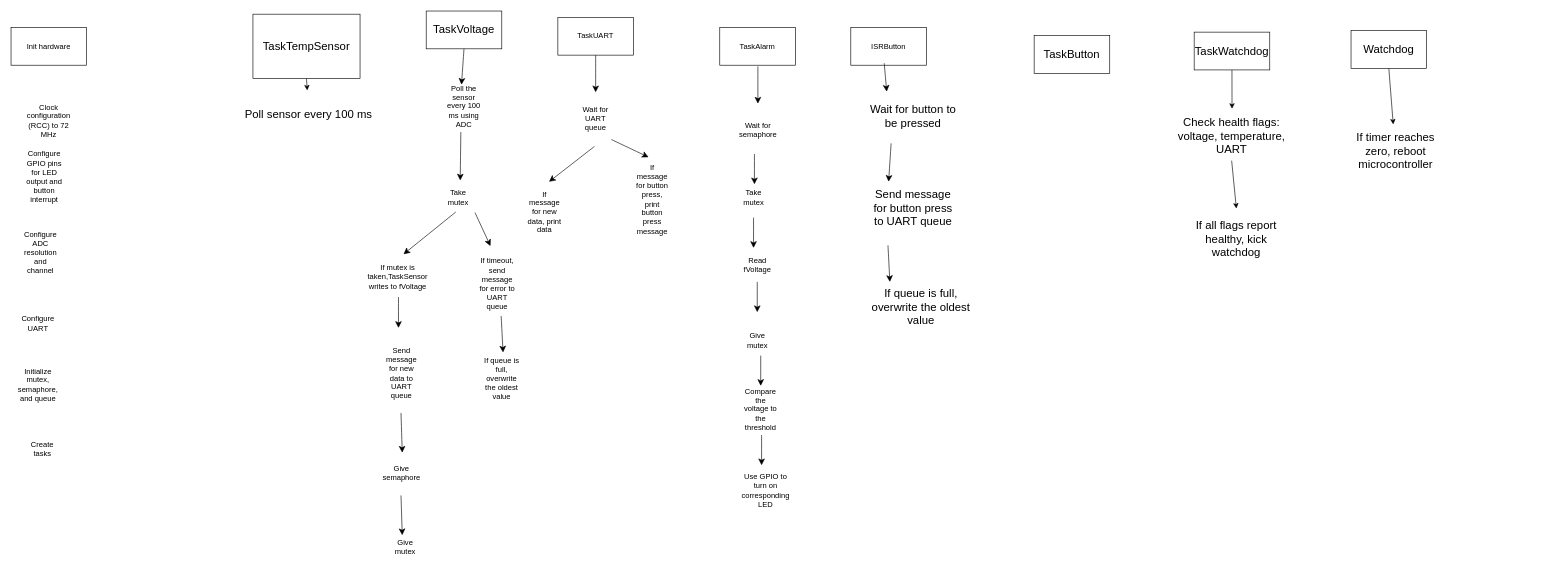
erinjhu/battery-monitor keeps this draw.io diagram as page "Tasks" (1 of 2) of architecture/battery-monitor-v3.drawio. Above is the earlier version. Source tidied: cells renumbered, new cells numbered last; positions are measured from the earlier drawing's top-left corner, leaving out a move shared by most shapes. Both pictures are drawn from the tidied source at 63%, with x=0, y=0 at pixel (11, 11).
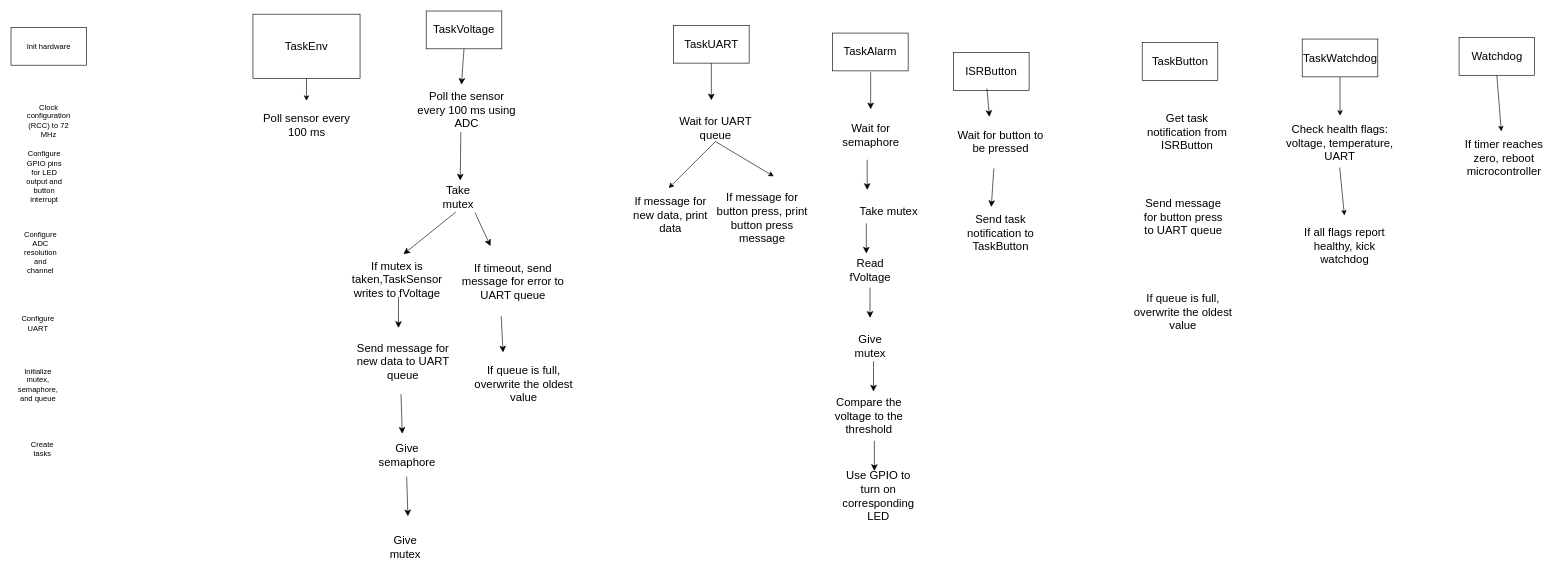
The same diagram, later.

The edit, as a diff of the source:
```diff
@@
-    <mxCell id="3" value="TaskAlarm" style="rounded=0;whiteSpace=wrap;html=1;" parent="1" vertex="1">
-      <mxGeometry x="1125" y="26" width="120" height="60" as="geometry" />
+    <mxCell id="3" value="&lt;font style=&quot;font-size: 18px;&quot;&gt;TaskAlarm&lt;/font&gt;" style="rounded=0;whiteSpace=wrap;html=1;" parent="1" vertex="1">
+      <mxGeometry x="1304" y="35" width="120" height="60" as="geometry" />
     </mxCell>
-    <mxCell id="4" value="TaskUART" style="rounded=0;whiteSpace=wrap;html=1;" parent="1" vertex="1">
-      <mxGeometry x="868" y="10" width="120" height="60" as="geometry" />
+    <mxCell id="4" value="&lt;font style=&quot;font-size: 18px;&quot;&gt;TaskUART&lt;/font&gt;" style="rounded=0;whiteSpace=wrap;html=1;" parent="1" vertex="1">
+      <mxGeometry x="1051.6" y="22.7" width="120" height="60" as="geometry" />
     </mxCell>
-    <mxCell id="5" value="Poll the sensor every 100 ms using ADC" style="text;html=1;whiteSpace=wrap;strokeColor=none;fillColor=none;align=center;verticalAlign=middle;rounded=0;" parent="1" vertex="1">
-      <mxGeometry x="689" y="136" width="60" height="30" as="geometry" />
+    <mxCell id="5" value="&lt;font style=&quot;font-size: 18px;&quot;&gt;Poll the sensor every 100 ms using ADC&lt;/font&gt;" style="text;html=1;whiteSpace=wrap;strokeColor=none;fillColor=none;align=center;verticalAlign=middle;rounded=0;" parent="1" vertex="1">
+      <mxGeometry x="644" y="142.5" width="159" height="30" as="geometry" />
     </mxCell>
@@
-    <mxCell id="8" value="If mutex is taken,TaskSensor writes to fVoltage" style="text;html=1;whiteSpace=wrap;strokeColor=none;fillColor=none;align=center;verticalAlign=middle;rounded=0;" parent="1" vertex="1">
-      <mxGeometry x="584" y="407" width="60" height="30" as="geometry" />
+    <mxCell id="8" value="&lt;font style=&quot;font-size: 18px;&quot;&gt;If mutex is taken,TaskSensor writes to fVoltage&lt;/font&gt;" style="text;html=1;whiteSpace=wrap;strokeColor=none;fillColor=none;align=center;verticalAlign=middle;rounded=0;" parent="1" vertex="1">
+      <mxGeometry x="533" y="411.5" width="160" height="30" as="geometry" />
     </mxCell>
+    <mxCell id="65" style="edgeStyle=none;rounded=0;jettySize=auto;html=1;exitX=0.5;exitY=1;exitDx=0;exitDy=0;" parent="1" edge="1" source="9">
+      <mxGeometry relative="1" as="geometry">
+        <mxPoint x="1044" y="281" as="targetPoint" />
+      </mxGeometry>
+    </mxCell>
-    <mxCell id="9" value="Wait for UART queue" style="text;html=1;whiteSpace=wrap;strokeColor=none;fillColor=none;align=center;verticalAlign=middle;rounded=0;" parent="1" vertex="1">
-      <mxGeometry x="898" y="156" width="60" height="30" as="geometry" />
+    <mxCell id="9" value="&lt;font style=&quot;font-size: 18px;&quot;&gt;Wait for UART queue&lt;/font&gt;" style="text;html=1;whiteSpace=wrap;strokeColor=none;fillColor=none;align=center;verticalAlign=middle;rounded=0;" parent="1" vertex="1">
+      <mxGeometry x="1048.6" y="166.2" width="139" height="41" as="geometry" />
     </mxCell>
     <mxCell id="10" style="endArrow=classic;html=1;rounded=0;fontSize=12;startSize=8;endSize=8;curved=1;exitX=0.5;exitY=1;exitDx=0;exitDy=0;" parent="1" edge="1" source="4">
       <mxGeometry relative="1" as="geometry">
-        <mxPoint x="928" y="129" as="targetPoint" />
+        <mxPoint x="1111.6" y="141.7" as="targetPoint" />
       </mxGeometry>
     </mxCell>
-    <mxCell id="11" style="endArrow=classic;html=1;rounded=0;fontSize=12;startSize=8;endSize=8;curved=1;" parent="1" edge="1">
-      <mxGeometry relative="1" as="geometry">
-        <mxPoint x="926" y="215" as="sourcePoint" />
-        <mxPoint x="854" y="271" as="targetPoint" />
-      </mxGeometry>
-    </mxCell>
-    <mxCell id="12" value="Wait for semaphore" style="text;html=1;whiteSpace=wrap;strokeColor=none;fillColor=none;align=center;verticalAlign=middle;rounded=0;" parent="1" vertex="1">
-      <mxGeometry x="1155.5" y="174" width="60" height="30" as="geometry" />
+    <mxCell id="12" value="&lt;font style=&quot;font-size: 18px;&quot;&gt;Wait for semaphore&lt;/font&gt;" style="text;html=1;whiteSpace=wrap;strokeColor=none;fillColor=none;align=center;verticalAlign=middle;rounded=0;" parent="1" vertex="1">
+      <mxGeometry x="1334.5" y="183" width="60" height="30" as="geometry" />
     </mxCell>
     <mxCell id="13" style="endArrow=classic;html=1;rounded=0;fontSize=12;startSize=8;endSize=8;curved=1;exitX=0.5;exitY=1;exitDx=0;exitDy=0;" parent="1" edge="1">
       <mxGeometry relative="1" as="geometry">
-        <mxPoint x="1185.5" y="88" as="sourcePoint" />
-        <mxPoint x="1185.5" y="147" as="targetPoint" />
+        <mxPoint x="1364.5" y="97" as="sourcePoint" />
+        <mxPoint x="1364.5" y="156" as="targetPoint" />
       </mxGeometry>
     </mxCell>
     <mxCell id="14" style="endArrow=classic;html=1;rounded=0;fontSize=12;startSize=8;endSize=8;curved=1;" parent="1" edge="1">
       <mxGeometry relative="1" as="geometry">
-        <mxPoint x="1190" y="547" as="sourcePoint" />
-        <mxPoint x="1190" y="595" as="targetPoint" />
+        <mxPoint x="1369" y="556" as="sourcePoint" />
+        <mxPoint x="1369" y="604" as="targetPoint" />
       </mxGeometry>
     </mxCell>
-    <mxCell id="15" value="Compare the voltage to the threshold" style="text;html=1;whiteSpace=wrap;strokeColor=none;fillColor=none;align=center;verticalAlign=middle;rounded=0;" parent="1" vertex="1">
-      <mxGeometry x="1159.5" y="617" width="60" height="30" as="geometry" />
+    <mxCell id="15" value="&lt;font style=&quot;font-size: 18px;&quot;&gt;Compare the voltage to the threshold&lt;/font&gt;" style="text;html=1;whiteSpace=wrap;strokeColor=none;fillColor=none;align=center;verticalAlign=middle;rounded=0;" parent="1" vertex="1">
+      <mxGeometry x="1279" y="603" width="165.5" height="80" as="geometry" />
     </mxCell>
-    <mxCell id="16" value="Use GPIO to turn on corresponding LED" style="text;html=1;whiteSpace=wrap;strokeColor=none;fillColor=none;align=center;verticalAlign=middle;rounded=0;" parent="1" vertex="1">
-      <mxGeometry x="1167.5" y="746" width="60" height="30" as="geometry" />
+    <mxCell id="16" value="&lt;font style=&quot;font-size: 18px;&quot;&gt;Use GPIO to turn on corresponding LED&lt;/font&gt;" style="text;html=1;whiteSpace=wrap;strokeColor=none;fillColor=none;align=center;verticalAlign=middle;rounded=0;" parent="1" vertex="1">
+      <mxGeometry x="1346.5" y="755" width="60" height="30" as="geometry" />
     </mxCell>
     <mxCell id="17" style="endArrow=classic;html=1;rounded=0;fontSize=12;startSize=8;endSize=8;curved=1;" parent="1" edge="1">
       <mxGeometry relative="1" as="geometry">
-        <mxPoint x="1191.4" y="673" as="sourcePoint" />
-        <mxPoint x="1191.4" y="721" as="targetPoint" />
+        <mxPoint x="1370.4" y="682" as="sourcePoint" />
+        <mxPoint x="1370.4" y="730" as="targetPoint" />
       </mxGeometry>
     </mxCell>
-    <mxCell id="18" value="If message for new data, print data" style="text;html=1;whiteSpace=wrap;strokeColor=none;fillColor=none;align=center;verticalAlign=middle;rounded=0;" parent="1" vertex="1">
-      <mxGeometry x="817" y="304" width="60" height="30" as="geometry" />
+    <mxCell id="18" value="&lt;font style=&quot;font-size: 18px;&quot;&gt;If message for new data, print data&lt;/font&gt;" style="text;html=1;whiteSpace=wrap;strokeColor=none;fillColor=none;align=center;verticalAlign=middle;rounded=0;" parent="1" vertex="1">
+      <mxGeometry x="975" y="309" width="144" height="30" as="geometry" />
     </mxCell>
-    <mxCell id="19" value="If message for button press, print button press message" style="text;html=1;whiteSpace=wrap;strokeColor=none;fillColor=none;align=center;verticalAlign=middle;rounded=0;" parent="1" vertex="1">
-      <mxGeometry x="988" y="284" width="60" height="30" as="geometry" />
+    <mxCell id="19" value="&lt;font style=&quot;font-size: 18px;&quot;&gt;If message for button press, print button press message&lt;/font&gt;" style="text;html=1;whiteSpace=wrap;strokeColor=none;fillColor=none;align=center;verticalAlign=middle;rounded=0;" parent="1" vertex="1">
+      <mxGeometry x="1119" y="282" width="147" height="94" as="geometry" />
     </mxCell>
     <mxCell id="20" style="endArrow=classic;html=1;rounded=0;fontSize=12;startSize=8;endSize=8;curved=1;" parent="1" edge="1">
       <mxGeometry relative="1" as="geometry">
-        <mxPoint x="1180" y="227" as="sourcePoint" />
-        <mxPoint x="1180" y="275" as="targetPoint" />
+        <mxPoint x="1359" y="236" as="sourcePoint" />
+        <mxPoint x="1359" y="284" as="targetPoint" />
       </mxGeometry>
     </mxCell>
-    <mxCell id="21" value="Take mutex" style="text;html=1;whiteSpace=wrap;strokeColor=none;fillColor=none;align=center;verticalAlign=middle;rounded=0;" parent="1" vertex="1">
-      <mxGeometry x="1149" y="281" width="60" height="30" as="geometry" />
+    <mxCell id="21" value="&lt;font style=&quot;font-size: 18px;&quot;&gt;Take mutex&lt;/font&gt;" style="text;html=1;whiteSpace=wrap;strokeColor=none;fillColor=none;align=center;verticalAlign=middle;rounded=0;" parent="1" vertex="1">
+      <mxGeometry x="1339" y="304" width="109" height="30" as="geometry" />
     </mxCell>
     <mxCell id="22" style="endArrow=classic;html=1;rounded=0;fontSize=12;startSize=8;endSize=8;curved=1;" parent="1" edge="1">
       <mxGeometry relative="1" as="geometry">
-        <mxPoint x="1178.6" y="328" as="sourcePoint" />
-        <mxPoint x="1178.6" y="376" as="targetPoint" />
+        <mxPoint x="1357.6" y="337" as="sourcePoint" />
+        <mxPoint x="1357.6" y="385" as="targetPoint" />
       </mxGeometry>
     </mxCell>
-    <mxCell id="23" value="Read fVoltage" style="text;html=1;whiteSpace=wrap;strokeColor=none;fillColor=none;align=center;verticalAlign=middle;rounded=0;" parent="1" vertex="1">
-      <mxGeometry x="1155" y="388" width="60" height="30" as="geometry" />
+    <mxCell id="23" value="&lt;font style=&quot;font-size: 18px;&quot;&gt;Read fVoltage&lt;/font&gt;" style="text;html=1;whiteSpace=wrap;strokeColor=none;fillColor=none;align=center;verticalAlign=middle;rounded=0;" parent="1" vertex="1">
+      <mxGeometry x="1334" y="397" width="60" height="30" as="geometry" />
     </mxCell>
-    <mxCell id="24" value="Give mutex" style="text;html=1;whiteSpace=wrap;strokeColor=none;fillColor=none;align=center;verticalAlign=middle;rounded=0;" parent="1" vertex="1">
-      <mxGeometry x="1155" y="508" width="60" height="30" as="geometry" />
+    <mxCell id="24" value="&lt;font style=&quot;font-size: 18px;&quot;&gt;Give mutex&lt;/font&gt;" style="text;html=1;whiteSpace=wrap;strokeColor=none;fillColor=none;align=center;verticalAlign=middle;rounded=0;" parent="1" vertex="1">
+      <mxGeometry x="1334" y="517" width="60" height="30" as="geometry" />
     </mxCell>
     <mxCell id="25" style="endArrow=classic;html=1;rounded=0;fontSize=12;startSize=8;endSize=8;curved=1;" parent="1" edge="1">
       <mxGeometry relative="1" as="geometry">
-        <mxPoint x="1184.5" y="430" as="sourcePoint" />
-        <mxPoint x="1184.5" y="478" as="targetPoint" />
+        <mxPoint x="1363.5" y="439" as="sourcePoint" />
+        <mxPoint x="1363.5" y="487" as="targetPoint" />
       </mxGeometry>
     </mxCell>
-    <mxCell id="26" value="Take mutex" style="text;html=1;whiteSpace=wrap;strokeColor=none;fillColor=none;align=center;verticalAlign=middle;rounded=0;" parent="1" vertex="1">
+    <mxCell id="26" value="&lt;font style=&quot;font-size: 18px;&quot;&gt;Take mutex&lt;/font&gt;" style="text;html=1;whiteSpace=wrap;strokeColor=none;fillColor=none;align=center;verticalAlign=middle;rounded=0;" parent="1" vertex="1">
       <mxGeometry x="680" y="281" width="60" height="30" as="geometry" />
     </mxCell>
@@
-    <mxCell id="28" value="Give mutex" style="text;html=1;whiteSpace=wrap;strokeColor=none;fillColor=none;align=center;verticalAlign=middle;rounded=0;" parent="1" vertex="1">
+    <mxCell id="28" value="&lt;font style=&quot;font-size: 18px;&quot;&gt;Give mutex&lt;/font&gt;" style="text;html=1;whiteSpace=wrap;strokeColor=none;fillColor=none;align=center;verticalAlign=middle;rounded=0;" parent="1" vertex="1">
       <mxGeometry x="596" y="836" width="60" height="30" as="geometry" />
     </mxCell>
@@
-    <mxCell id="30" value="ISRButton" style="rounded=0;whiteSpace=wrap;html=1;" parent="1" vertex="1">
-      <mxGeometry x="1333" y="26" width="120" height="60" as="geometry" />
+    <mxCell id="30" value="&lt;font style=&quot;font-size: 18px;&quot;&gt;ISRButton&lt;/font&gt;" style="rounded=0;whiteSpace=wrap;html=1;" parent="1" vertex="1">
+      <mxGeometry x="1496" y="66" width="120" height="60" as="geometry" />
     </mxCell>
     <mxCell id="31" style="endArrow=classic;html=1;rounded=0;fontSize=12;startSize=8;endSize=8;curved=1;exitX=0.442;exitY=0.948;exitDx=0;exitDy=0;exitPerimeter=0;" parent="1" edge="1" source="30">
       <mxGeometry relative="1" as="geometry">
-        <mxPoint x="1390" y="128" as="targetPoint" />
+        <mxPoint x="1553" y="168" as="targetPoint" />
       </mxGeometry>
     </mxCell>
     <mxCell id="32" value="&lt;font style=&quot;font-size: 18px;&quot;&gt;Wait for button to be pressed&lt;/font&gt;" style="text;html=1;whiteSpace=wrap;strokeColor=none;fillColor=none;align=center;verticalAlign=middle;rounded=0;" parent="1" vertex="1">
-      <mxGeometry x="1353" y="153" width="158" height="30" as="geometry" />
+      <mxGeometry x="1492" y="176" width="158" height="63" as="geometry" />
     </mxCell>
     <mxCell id="33" style="endArrow=classic;html=1;rounded=0;fontSize=12;startSize=8;endSize=8;curved=1;" parent="1" edge="1">
       <mxGeometry relative="1" as="geometry">
-        <mxPoint x="1397" y="210" as="sourcePoint" />
-        <mxPoint x="1393" y="271" as="targetPoint" />
+        <mxPoint x="1560" y="250" as="sourcePoint" />
+        <mxPoint x="1556" y="311" as="targetPoint" />
       </mxGeometry>
     </mxCell>
     <mxCell id="34" value="&lt;font style=&quot;font-size: 18px;&quot;&gt;Send message for button press to UART queue&lt;/font&gt;" style="text;html=1;whiteSpace=wrap;strokeColor=none;fillColor=none;align=center;verticalAlign=middle;rounded=0;" parent="1" vertex="1">
-      <mxGeometry x="1363" y="298" width="138" height="30" as="geometry" />
+      <mxGeometry x="1791.5" y="282" width="138" height="90" as="geometry" />
     </mxCell>
-    <mxCell id="35" value="Send message for new data to UART queue" style="text;html=1;whiteSpace=wrap;strokeColor=none;fillColor=none;align=center;verticalAlign=middle;rounded=0;" parent="1" vertex="1">
-      <mxGeometry x="590" y="560" width="60" height="30" as="geometry" />
+    <mxCell id="35" value="&lt;font style=&quot;font-size: 18px;&quot;&gt;Send message for new data to UART queue&lt;/font&gt;" style="text;html=1;whiteSpace=wrap;strokeColor=none;fillColor=none;align=center;verticalAlign=middle;rounded=0;" parent="1" vertex="1">
+      <mxGeometry x="539" y="508" width="167" height="97" as="geometry" />
     </mxCell>
-    <mxCell id="36" style="endArrow=classic;html=1;rounded=0;fontSize=12;startSize=8;endSize=8;curved=1;" parent="1" edge="1">
-      <mxGeometry relative="1" as="geometry">
-        <mxPoint x="953" y="204" as="sourcePoint" />
-        <mxPoint x="1012" y="232" as="targetPoint" />
-      </mxGeometry>
-    </mxCell>
     <mxCell id="37" style="endArrow=classic;html=1;rounded=0;fontSize=12;startSize=8;endSize=8;curved=1;exitX=0.5;exitY=1;exitDx=0;exitDy=0;entryX=0.5;entryY=0;entryDx=0;entryDy=0;" parent="1" edge="1">
       <mxGeometry relative="1" as="geometry">
-        <mxPoint x="619" y="638" as="sourcePoint" />
-        <mxPoint x="621" y="701" as="targetPoint" />
+        <mxPoint x="619" y="608" as="sourcePoint" />
+        <mxPoint x="621" y="671" as="targetPoint" />
       </mxGeometry>
     </mxCell>
-    <mxCell id="38" value="Give semaphore" style="text;html=1;whiteSpace=wrap;strokeColor=none;fillColor=none;align=center;verticalAlign=middle;rounded=0;" parent="1" vertex="1">
-      <mxGeometry x="590" y="718" width="60" height="30" as="geometry" />
+    <mxCell id="38" value="&lt;font style=&quot;font-size: 18px;&quot;&gt;Give semaphore&lt;/font&gt;" style="text;html=1;whiteSpace=wrap;strokeColor=none;fillColor=none;align=center;verticalAlign=middle;rounded=0;" parent="1" vertex="1">
+      <mxGeometry x="599" y="691" width="60" height="30" as="geometry" />
     </mxCell>
     <mxCell id="39" style="endArrow=classic;html=1;rounded=0;fontSize=12;startSize=8;endSize=8;curved=1;exitX=0.5;exitY=1;exitDx=0;exitDy=0;entryX=0.5;entryY=0;entryDx=0;entryDy=0;" parent="1" edge="1">
       <mxGeometry relative="1" as="geometry">
-        <mxPoint x="619" y="769" as="sourcePoint" />
-        <mxPoint x="621" y="832" as="targetPoint" />
+        <mxPoint x="628" y="739" as="sourcePoint" />
+        <mxPoint x="630" y="802" as="targetPoint" />
       </mxGeometry>
     </mxCell>
@@
-    <mxCell id="41" value="If timeout, send message for error to UART queue" style="text;html=1;whiteSpace=wrap;strokeColor=none;fillColor=none;align=center;verticalAlign=middle;rounded=0;" parent="1" vertex="1">
-      <mxGeometry x="742" y="418" width="60" height="30" as="geometry" />
+    <mxCell id="41" value="&lt;font style=&quot;font-size: 18px;&quot;&gt;If timeout, send message for error to UART queue&lt;/font&gt;" style="text;html=1;whiteSpace=wrap;strokeColor=none;fillColor=none;align=center;verticalAlign=middle;rounded=0;" parent="1" vertex="1">
+      <mxGeometry x="712" y="415" width="170" height="30" as="geometry" />
     </mxCell>
@@
-    <mxCell id="43" value="If queue is full, overwrite the oldest value" style="text;html=1;whiteSpace=wrap;strokeColor=none;fillColor=none;align=center;verticalAlign=middle;rounded=0;" parent="1" vertex="1">
-      <mxGeometry x="749" y="568" width="60" height="30" as="geometry" />
+    <mxCell id="43" value="&lt;font style=&quot;font-size: 18px;&quot;&gt;If queue is full, overwrite the oldest value&lt;/font&gt;" style="text;html=1;whiteSpace=wrap;strokeColor=none;fillColor=none;align=center;verticalAlign=middle;rounded=0;" parent="1" vertex="1">
+      <mxGeometry x="722" y="556.5" width="184" height="73" as="geometry" />
     </mxCell>
@@
     <mxCell id="45" value="&lt;font style=&quot;font-size: 18px;&quot;&gt;If queue is full, overwrite the oldest value&lt;/font&gt;" style="text;html=1;whiteSpace=wrap;strokeColor=none;fillColor=none;align=center;verticalAlign=middle;rounded=0;" parent="1" vertex="1">
-      <mxGeometry x="1363" y="456" width="163" height="30" as="geometry" />
+      <mxGeometry x="1779" y="464" width="163" height="30" as="geometry" />
     </mxCell>
-    <mxCell id="46" style="endArrow=classic;html=1;rounded=0;fontSize=12;startSize=8;endSize=8;curved=1;" parent="1" edge="1">
-      <mxGeometry relative="1" as="geometry">
-        <mxPoint x="1392" y="372" as="sourcePoint" />
-        <mxPoint x="1395" y="430" as="targetPoint" />
-      </mxGeometry>
-    </mxCell>
@@
     <mxCell id="53" value="&lt;font style=&quot;font-size: 18px;&quot;&gt;If timer reaches zero, reboot microcontroller&lt;/font&gt;" style="text;html=1;whiteSpace=wrap;strokeColor=none;fillColor=none;align=center;verticalAlign=middle;rounded=0;" parent="1" vertex="1">
-      <mxGeometry x="2125" y="179" width="146" height="87" as="geometry" />
+      <mxGeometry x="2296.5" y="190" width="146" height="87" as="geometry" />
     </mxCell>
     <mxCell id="54" value="&lt;font style=&quot;font-size: 18px;&quot;&gt;If all flags report healthy, kick watchdog&lt;/font&gt;" style="text;html=1;whiteSpace=wrap;strokeColor=none;fillColor=none;align=center;verticalAlign=middle;rounded=0;" parent="1" vertex="1">
-      <mxGeometry x="1873" y="313.5" width="144" height="98" as="geometry" />
+      <mxGeometry x="2044.5" y="324.5" width="144" height="98" as="geometry" />
     </mxCell>
     <mxCell id="55" style="edgeStyle=none;rounded=0;jettySize=auto;html=1;exitX=0.5;exitY=1;exitDx=0;exitDy=0;" parent="1" edge="1" source="56">
       <mxGeometry relative="1" as="geometry">
-        <mxPoint x="1938.1" y="155.1" as="targetPoint" />
+        <mxPoint x="2109.6" y="166.1" as="targetPoint" />
       </mxGeometry>
     </mxCell>
     <mxCell id="56" value="&lt;font style=&quot;font-size: 18px;&quot;&gt;TaskWatchdog&lt;/font&gt;" style="rounded=0;whiteSpace=wrap;html=1;" parent="1" vertex="1">
-      <mxGeometry x="1878" y="33.5" width="120" height="60" as="geometry" />
+      <mxGeometry x="2049.5" y="44.5" width="120" height="60" as="geometry" />
     </mxCell>
@@
     <mxCell id="58" value="&lt;font style=&quot;font-size: 18px;&quot;&gt;Check health flags: voltage, temperature, UART&lt;/font&gt;" style="text;html=1;whiteSpace=wrap;strokeColor=none;fillColor=none;align=center;verticalAlign=middle;rounded=0;" parent="1" vertex="1">
-      <mxGeometry x="1831" y="159.5" width="213" height="78" as="geometry" />
+      <mxGeometry x="2002.5" y="170.5" width="213" height="78" as="geometry" />
     </mxCell>
     <mxCell id="59" style="edgeStyle=none;rounded=0;jettySize=auto;html=1;exitX=0.5;exitY=1;exitDx=0;exitDy=0;" parent="1" edge="1" source="60">
       <mxGeometry relative="1" as="geometry">
-        <mxPoint x="2194" y="180" as="targetPoint" />
+        <mxPoint x="2365.5" y="191" as="targetPoint" />
       </mxGeometry>
     </mxCell>
     <mxCell id="60" value="&lt;font style=&quot;font-size: 18px;&quot;&gt;Watchdog&lt;/font&gt;" style="rounded=0;whiteSpace=wrap;html=1;" parent="1" vertex="1">
-      <mxGeometry x="2127" y="31" width="120" height="60" as="geometry" />
+      <mxGeometry x="2298.5" y="42" width="120" height="60" as="geometry" />
     </mxCell>
@@
-    <mxCell id="62" value="&lt;font style=&quot;font-size: 18px;&quot;&gt;TaskTempSensor&lt;/font&gt;" style="rounded=0;whiteSpace=wrap;html=1;" parent="1" vertex="1">
+    <mxCell id="62" value="&lt;font style=&quot;font-size: 18px;&quot;&gt;TaskEnv&lt;/font&gt;" style="rounded=0;whiteSpace=wrap;html=1;" parent="1" vertex="1">
       <mxGeometry x="384" y="5" width="170" height="102" as="geometry" />
     </mxCell>
     <mxCell id="63" value="&lt;font style=&quot;font-size: 18px;&quot;&gt;Poll sensor every 100 ms&lt;/font&gt;" style="text;html=1;whiteSpace=wrap;strokeColor=none;fillColor=none;align=center;verticalAlign=middle;rounded=0;" parent="1" vertex="1">
-      <mxGeometry x="366" y="126" width="213" height="78" as="geometry" />
+      <mxGeometry x="389.5" y="142.5" width="159" height="78" as="geometry" />
     </mxCell>
     <mxCell id="64" value="&lt;font style=&quot;font-size: 18px;&quot;&gt;TaskButton&lt;/font&gt;" style="rounded=0;whiteSpace=wrap;html=1;" parent="1" vertex="1">
-      <mxGeometry x="1624" y="39" width="120" height="60" as="geometry" />
+      <mxGeometry x="1795.5" y="50" width="120" height="60" as="geometry" />
     </mxCell>
+    <mxCell id="66" value="&lt;font style=&quot;font-size: 18px;&quot;&gt;Get task notification from ISRButton&lt;/font&gt;" style="text;html=1;whiteSpace=wrap;strokeColor=none;fillColor=none;align=center;verticalAlign=middle;rounded=0;" parent="1" vertex="1">
+      <mxGeometry x="1787.5" y="161" width="158" height="63" as="geometry" />
+    </mxCell>
+    <mxCell id="67" value="&lt;font style=&quot;font-size: 18px;&quot;&gt;Send task notification to TaskButton&lt;/font&gt;" style="text;html=1;whiteSpace=wrap;strokeColor=none;fillColor=none;align=center;verticalAlign=middle;rounded=0;" parent="1" vertex="1">
+      <mxGeometry x="1492" y="321" width="158" height="63" as="geometry" />
+    </mxCell>
+    <mxCell id="68" style="edgeStyle=none;rounded=0;jettySize=auto;html=1;exitX=0.5;exitY=1;exitDx=0;exitDy=0;entryX=0.504;entryY=-0.333;entryDx=0;entryDy=0;entryPerimeter=0;" parent="1" edge="1" source="9">
+      <mxGeometry relative="1" as="geometry">
+        <mxPoint x="1210.7" y="262.4" as="targetPoint" />
+      </mxGeometry>
+    </mxCell>
```
